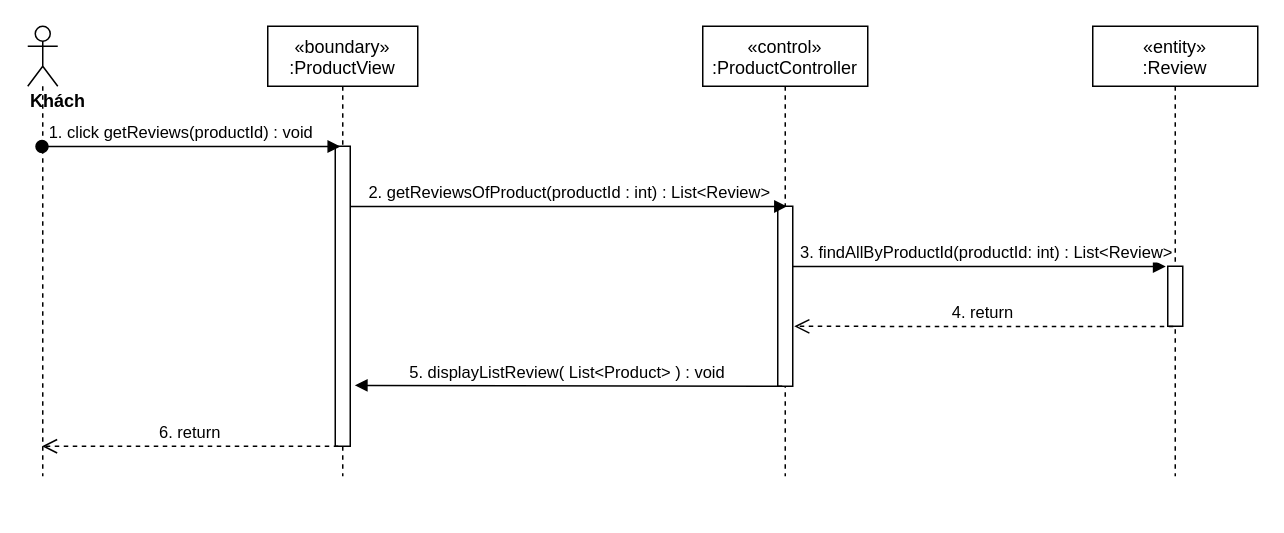
Earlier version of the draw.io diagram sequence diagram/getReviews-sequence.drawio (nguyenphamvan/datn_20202). Source tidied: cells renumbered, new cells numbered last; positions are measured from the earlier drawing's top-left corner, leaving out a move shared by most shapes. Both pictures are drawn from the tidied source at 150%, with x=0, y=0 at pixel (27, 26).
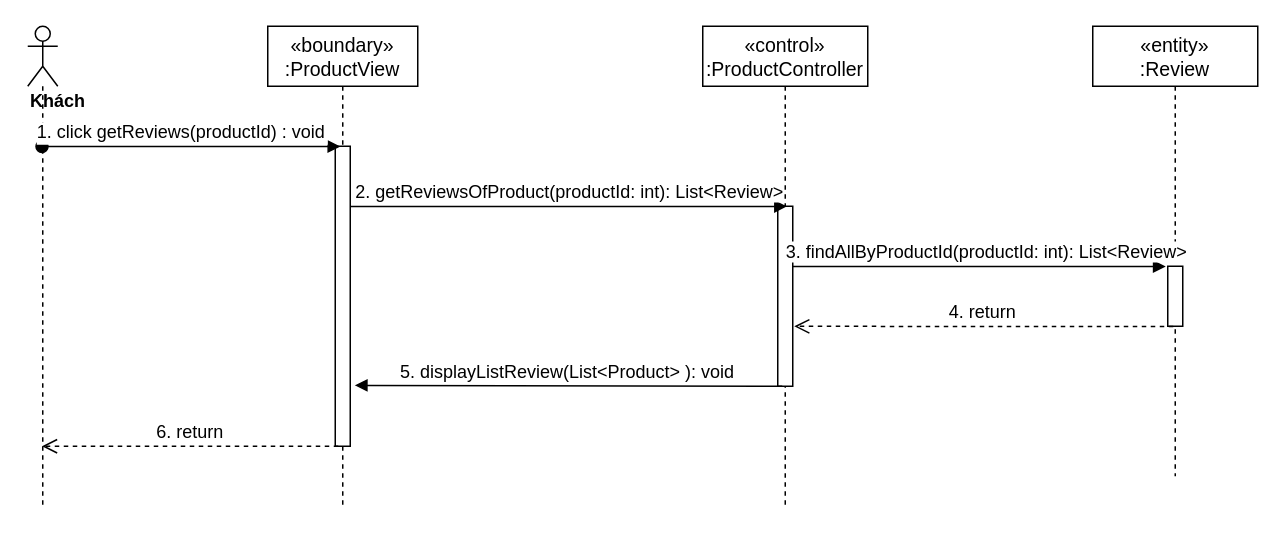
After the change.

The edit, as a diff of the source:
```diff
@@
 <mxGraphModel>
   <root>
     <mxCell id="0" />
     <mxCell id="1" parent="0" />
-    <mxCell id="2" value="«boundary»&#10;:ProductView" style="shape=umlLifeline;perimeter=lifelinePerimeter;rounded=0;shadow=0;strokeWidth=1;" parent="1" vertex="1">
-      <mxGeometry x="160" width="100" height="300" as="geometry" />
+    <mxCell id="2" value="«boundary»&#10;:ProductView" style="shape=umlLifeline;perimeter=lifelinePerimeter;rounded=0;shadow=0;strokeWidth=1;fontSize=13;" parent="1" vertex="1">
+      <mxGeometry x="160" width="100" height="320" as="geometry" />
     </mxCell>
     <mxCell id="3" style="points=[];perimeter=orthogonalPerimeter;rounded=0;shadow=0;strokeWidth=1;" parent="2" vertex="1">
       <mxGeometry x="45" y="80" width="10" height="200" as="geometry" />
     </mxCell>
-    <mxCell id="4" value="«control»&#10;:ProductController" style="shape=umlLifeline;perimeter=lifelinePerimeter;rounded=0;shadow=0;strokeWidth=1;" parent="1" vertex="1">
-      <mxGeometry x="450" width="110" height="300" as="geometry" />
+    <mxCell id="4" value="«control»&#10;:ProductController" style="shape=umlLifeline;perimeter=lifelinePerimeter;rounded=0;shadow=0;strokeWidth=1;fontSize=13;" parent="1" vertex="1">
+      <mxGeometry x="450" width="110" height="320" as="geometry" />
     </mxCell>
     <mxCell id="5" style="points=[];perimeter=orthogonalPerimeter;rounded=0;shadow=0;strokeWidth=1;" parent="4" vertex="1">
       <mxGeometry x="50" y="120" width="10" height="120" as="geometry" />
     </mxCell>
     <mxCell id="6" value="&lt;div&gt;&lt;b&gt;Khách&lt;/b&gt;&lt;/div&gt;" style="shape=umlLifeline;participant=umlActor;perimeter=lifelinePerimeter;whiteSpace=wrap;html=1;verticalAlign=top;spacingTop=36;outlineConnect=0;align=left;" parent="1" vertex="1">
-      <mxGeometry width="20" height="300" as="geometry" />
+      <mxGeometry width="20" height="320" as="geometry" />
     </mxCell>
-    <mxCell id="7" value="1. click getReviews(productId) : void" style="verticalAlign=bottom;startArrow=oval;endArrow=block;startSize=8;shadow=0;strokeWidth=1;entryX=0.34;entryY=0.001;entryDx=0;entryDy=0;entryPerimeter=0;" parent="1" edge="1" source="6" target="3">
+    <mxCell id="7" value="1. click getReviews(productId) : void" style="verticalAlign=bottom;startArrow=oval;endArrow=block;startSize=8;shadow=0;strokeWidth=1;entryX=0.34;entryY=0.001;entryDx=0;entryDy=0;entryPerimeter=0;fontSize=12;" parent="1" edge="1" source="6" target="3">
       <mxGeometry x="-0.06" relative="1" as="geometry" />
     </mxCell>
-    <mxCell id="8" value="2. getReviewsOfProduct(productId : int) : List&amp;lt;Review&amp;gt;" style="html=1;verticalAlign=bottom;endArrow=block;entryX=0.617;entryY=0.001;entryDx=0;entryDy=0;entryPerimeter=0;" parent="1" edge="1" source="3" target="5">
+    <mxCell id="8" value="&lt;font style=&quot;font-size: 12px&quot;&gt;2. getReviewsOfProduct(productId: int): List&amp;lt;Review&amp;gt;&lt;/font&gt;" style="html=1;verticalAlign=bottom;endArrow=block;entryX=0.617;entryY=0.001;entryDx=0;entryDy=0;entryPerimeter=0;" parent="1" edge="1" source="3" target="5">
       <mxGeometry relative="1" as="geometry" />
     </mxCell>
-    <mxCell id="9" value="«entity»&#10;:Review" style="shape=umlLifeline;perimeter=lifelinePerimeter;rounded=0;shadow=0;strokeWidth=1;" parent="1" vertex="1">
+    <mxCell id="9" value="«entity»&#10;:Review" style="shape=umlLifeline;perimeter=lifelinePerimeter;rounded=0;shadow=0;strokeWidth=1;fontSize=13;" parent="1" vertex="1">
       <mxGeometry x="710" width="110" height="300" as="geometry" />
     </mxCell>
     <mxCell id="10" style="points=[];perimeter=orthogonalPerimeter;rounded=0;shadow=0;strokeWidth=1;" parent="9" vertex="1">
       <mxGeometry x="50" y="160" width="10" height="40" as="geometry" />
     </mxCell>
-    <mxCell id="11" value="3. findAllByProductId(productId: int) : List&amp;lt;Review&amp;gt;" style="html=1;verticalAlign=bottom;endArrow=block;entryX=-0.133;entryY=0.004;entryDx=0;entryDy=0;entryPerimeter=0;" parent="1" edge="1" source="5" target="10">
+    <mxCell id="11" value="&lt;font style=&quot;font-size: 12px&quot;&gt;3. findAllByProductId(productId: int): List&amp;lt;Review&amp;gt;&lt;/font&gt;" style="html=1;verticalAlign=bottom;endArrow=block;entryX=-0.133;entryY=0.004;entryDx=0;entryDy=0;entryPerimeter=0;" parent="1" edge="1" source="5" target="10">
       <mxGeometry x="0.04" relative="1" as="geometry" />
     </mxCell>
-    <mxCell id="12" value="4. return&amp;nbsp;" style="html=1;verticalAlign=bottom;endArrow=open;dashed=1;endSize=8;exitX=0.367;exitY=1.006;exitDx=0;exitDy=0;exitPerimeter=0;entryX=1.1;entryY=0.667;entryDx=0;entryDy=0;entryPerimeter=0;" parent="1" edge="1" source="10" target="5">
+    <mxCell id="12" value="&lt;font style=&quot;font-size: 12px&quot;&gt;4. return&amp;nbsp;&lt;/font&gt;" style="html=1;verticalAlign=bottom;endArrow=open;dashed=1;endSize=8;exitX=0.367;exitY=1.006;exitDx=0;exitDy=0;exitPerimeter=0;entryX=1.1;entryY=0.667;entryDx=0;entryDy=0;entryPerimeter=0;" parent="1" edge="1" source="10" target="5">
       <mxGeometry relative="1" as="geometry" />
     </mxCell>
-    <mxCell id="13" value="5. displayListReview( List&lt;Product&gt; ) : void" style="verticalAlign=bottom;endArrow=block;shadow=0;strokeWidth=1;exitX=0.3;exitY=1;exitDx=0;exitDy=0;exitPerimeter=0;entryX=1.3;entryY=0.797;entryDx=0;entryDy=0;entryPerimeter=0;" parent="1" edge="1" source="5" target="3">
+    <mxCell id="13" value="5. displayListReview(List&lt;Product&gt; ): void" style="verticalAlign=bottom;endArrow=block;shadow=0;strokeWidth=1;exitX=0.3;exitY=1;exitDx=0;exitDy=0;exitPerimeter=0;entryX=1.3;entryY=0.797;entryDx=0;entryDy=0;entryPerimeter=0;fontSize=12;" parent="1" edge="1" source="5" target="3">
       <mxGeometry relative="1" as="geometry" />
     </mxCell>
-    <mxCell id="14" value="6. return" style="html=1;verticalAlign=bottom;endArrow=open;dashed=1;endSize=8;exitX=0.2;exitY=1;exitDx=0;exitDy=0;exitPerimeter=0;" parent="1" edge="1" source="3" target="6">
+    <mxCell id="14" value="&lt;font style=&quot;font-size: 12px&quot;&gt;6. return&lt;/font&gt;" style="html=1;verticalAlign=bottom;endArrow=open;dashed=1;endSize=8;exitX=0.2;exitY=1;exitDx=0;exitDy=0;exitPerimeter=0;" parent="1" edge="1" source="3" target="6">
       <mxGeometry relative="1" as="geometry" />
     </mxCell>
   </root>
 </mxGraphModel>
```
